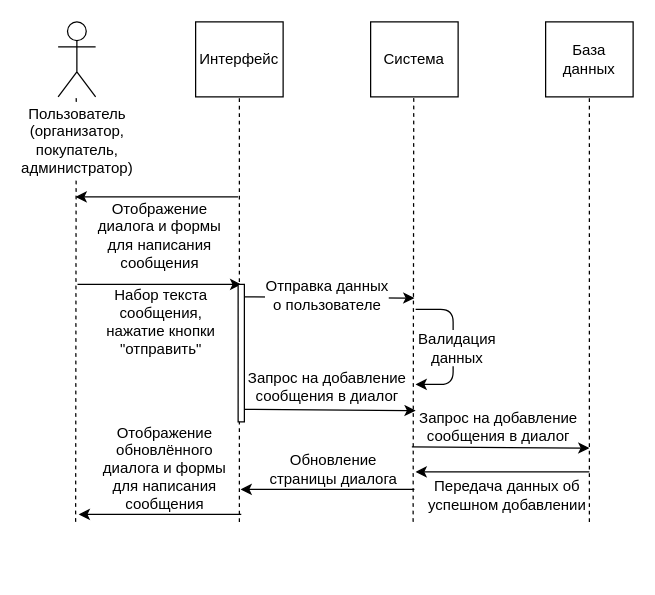
Before: Diagrams/Cases Diagrams/Send Message.drawio in Fake-Make/Au, a draw.io diagram. Source tidied: cells renumbered, new cells numbered last; positions are measured from the earlier drawing's top-left corner, leaving out a move shared by most shapes. Both pictures are drawn from the tidied source at 125%, with x=0, y=0 at pixel (58, 21).
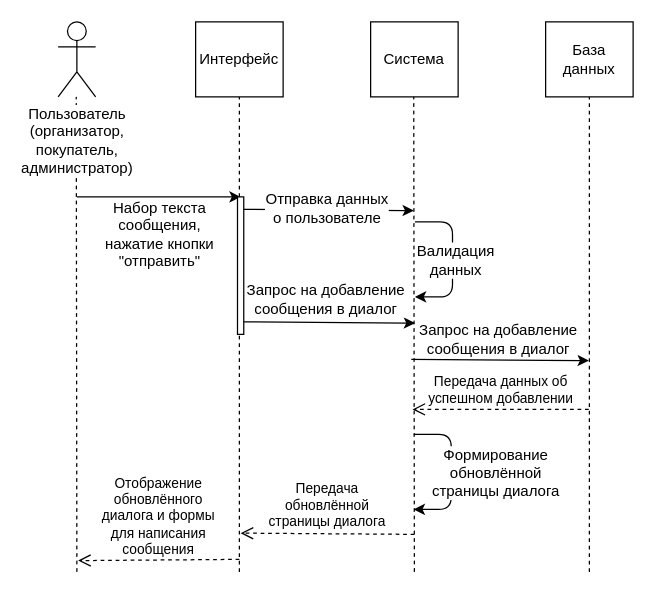
After the change.

Unchanged cells that the change refers to:
```xml
<mxCell id="4" value="База данных" style="rounded=0;whiteSpace=wrap;html=1;" parent="1" vertex="1">
  <mxGeometry x="390" width="70" height="60" as="geometry" />
</mxCell>
```

Change to the diagram source:
```diff
@@
     <mxCell id="5" style="endArrow=none;dashed=1;html=1;entryX=0.5;entryY=1;entryDx=0;entryDy=0;" parent="1" edge="1" target="4">
       <mxGeometry relative="1" as="geometry">
-        <mxPoint x="425" y="400" as="sourcePoint" />
+        <mxPoint x="425" y="440" as="sourcePoint" />
       </mxGeometry>
     </mxCell>
     <mxCell id="6" style="endArrow=none;dashed=1;html=1;entryX=0.5;entryY=1;entryDx=0;entryDy=0;" parent="1" edge="1">
       <mxGeometry relative="1" as="geometry">
-        <mxPoint x="284" y="400" as="sourcePoint" />
+        <mxPoint x="285" y="440" as="sourcePoint" />
         <mxPoint x="284.5" y="60" as="targetPoint" />
       </mxGeometry>
     </mxCell>
     <mxCell id="7" style="endArrow=none;dashed=1;html=1;entryX=0.5;entryY=1;entryDx=0;entryDy=0;" parent="1" edge="1">
       <mxGeometry relative="1" as="geometry">
-        <mxPoint x="145" y="400" as="sourcePoint" />
+        <mxPoint x="145" y="440" as="sourcePoint" />
         <mxPoint x="145" y="60" as="targetPoint" />
       </mxGeometry>
     </mxCell>
     <mxCell id="8" style="endArrow=none;dashed=1;html=1;entryX=0.5;entryY=1;entryDx=0;entryDy=0;" parent="1" edge="1">
       <mxGeometry relative="1" as="geometry">
-        <mxPoint x="14" y="400" as="sourcePoint" />
+        <mxPoint x="15" y="440" as="sourcePoint" />
         <mxPoint x="14.5" y="60" as="targetPoint" />
       </mxGeometry>
     </mxCell>
@@
     <mxCell id="10" style="endArrow=classic;html=1;" parent="1" edge="1">
       <mxGeometry relative="1" as="geometry">
-        <mxPoint x="15.5" y="210" as="sourcePoint" />
-        <mxPoint x="146.5" y="210" as="targetPoint" />
+        <mxPoint x="15" y="140" as="sourcePoint" />
+        <mxPoint x="146" y="140" as="targetPoint" />
       </mxGeometry>
     </mxCell>
@@
     <mxCell id="12" style="endArrow=classic;html=1;" parent="1" edge="1">
       <mxGeometry relative="1" as="geometry">
-        <mxPoint x="147" y="310" as="sourcePoint" />
-        <mxPoint x="286" y="311" as="targetPoint" />
+        <mxPoint x="146.5" y="240" as="sourcePoint" />
+        <mxPoint x="285.5" y="241" as="targetPoint" />
       </mxGeometry>
     </mxCell>
@@
     <mxCell id="14" style="endArrow=classic;html=1;" parent="1" edge="1">
       <mxGeometry relative="1" as="geometry">
-        <mxPoint x="283" y="340" as="sourcePoint" />
-        <mxPoint x="425" y="341" as="targetPoint" />
+        <mxPoint x="282.5" y="270" as="sourcePoint" />
+        <mxPoint x="424.5" y="271" as="targetPoint" />
       </mxGeometry>
     </mxCell>
@@
-    <mxCell id="16" style="endArrow=classic;html=1;" parent="1" edge="1">
-      <mxGeometry relative="1" as="geometry">
-        <mxPoint x="425" y="360" as="sourcePoint" />
-        <mxPoint x="286" y="360" as="targetPoint" />
-      </mxGeometry>
-    </mxCell>
-    <mxCell id="17" value="Передача данных&amp;nbsp;об&lt;br&gt;успешном добавлении&lt;br&gt;" style="text;html=1;align=center;verticalAlign=middle;labelBackgroundColor=#ffffff;" parent="16" vertex="1">
-      <mxGeometry x="-0.36" y="1" relative="1" as="geometry">
-        <mxPoint x="-23" y="17" as="offset" />
-      </mxGeometry>
-    </mxCell>
-    <mxCell id="18" style="endArrow=classic;html=1;" parent="1" edge="1">
-      <mxGeometry relative="1" as="geometry">
-        <mxPoint x="285" y="374" as="sourcePoint" />
-        <mxPoint x="146" y="374" as="targetPoint" />
-      </mxGeometry>
-    </mxCell>
-    <mxCell id="19" value="Обновление&lt;br&gt;страницы диалога&lt;br&gt;" style="text;html=1;align=center;verticalAlign=middle;labelBackgroundColor=#ffffff;fillColor=none;" parent="18" vertex="1">
-      <mxGeometry x="0.18" y="-2" relative="1" as="geometry">
-        <mxPoint x="16" y="-15" as="offset" />
-      </mxGeometry>
-    </mxCell>
-    <mxCell id="20" style="endArrow=classic;html=1;" parent="1" edge="1">
-      <mxGeometry relative="1" as="geometry">
-        <mxPoint x="146.5" y="394" as="sourcePoint" />
-        <mxPoint x="16.5" y="394" as="targetPoint" />
-      </mxGeometry>
-    </mxCell>
-    <mxCell id="21" value="Отображение&lt;br&gt;обновлённого&lt;br&gt;диалога&amp;nbsp;и формы&lt;br&gt;для написания&lt;br&gt;сообщения&lt;br&gt;" style="text;html=1;align=center;verticalAlign=middle;labelBackgroundColor=#ffffff;" parent="20" vertex="1">
-      <mxGeometry x="-0.12" relative="1" as="geometry">
-        <mxPoint x="-5.5" y="-38" as="offset" />
-      </mxGeometry>
-    </mxCell>
     <mxCell id="22" style="endArrow=classic;html=1;" parent="1" edge="1">
       <mxGeometry relative="1" as="geometry">
-        <mxPoint x="146" y="220" as="sourcePoint" />
-        <mxPoint x="285" y="221" as="targetPoint" />
+        <mxPoint x="145.5" y="150" as="sourcePoint" />
+        <mxPoint x="284.5" y="151" as="targetPoint" />
       </mxGeometry>
     </mxCell>
@@
     <mxCell id="24" style="endArrow=classic;html=1;" parent="1" edge="1">
       <mxGeometry relative="1" as="geometry">
-        <mxPoint x="286" y="230" as="sourcePoint" />
-        <mxPoint x="286" y="290" as="targetPoint" />
+        <mxPoint x="285.5" y="160" as="sourcePoint" />
+        <mxPoint x="285.5" y="220" as="targetPoint" />
         <Array as="points">
-          <mxPoint x="316" y="230" />
-          <mxPoint x="316" y="290" />
+          <mxPoint x="315.5" y="160" />
+          <mxPoint x="315.5" y="220" />
         </Array>
       </mxGeometry>
     </mxCell>
@@
     <mxCell id="26" style="rounded=0;whiteSpace=wrap;html=1;" parent="1" vertex="1">
-      <mxGeometry x="144" y="210" width="5" height="110" as="geometry" />
+      <mxGeometry x="143.5" y="140" width="5" height="110" as="geometry" />
     </mxCell>
-    <mxCell id="27" style="endArrow=classic;html=1;" parent="1" edge="1">
-      <mxGeometry relative="1" as="geometry">
-        <mxPoint x="144" y="140" as="sourcePoint" />
-        <mxPoint x="14" y="140" as="targetPoint" />
-      </mxGeometry>
-    </mxCell>
-    <mxCell id="28" value="Отображение&lt;br&gt;диалога&amp;nbsp;и формы&lt;br&gt;для написания&lt;br&gt;сообщения&lt;br&gt;" style="text;html=1;align=center;verticalAlign=middle;labelBackgroundColor=#ffffff;" parent="27" vertex="1">
-      <mxGeometry x="-0.12" relative="1" as="geometry">
-        <mxPoint x="-7" y="30" as="offset" />
-      </mxGeometry>
-    </mxCell>
+    <mxCell id="29" style="endArrow=classic;html=1;" parent="1" edge="1">
+      <mxGeometry relative="1" as="geometry">
+        <mxPoint x="284.5" y="330" as="sourcePoint" />
+        <mxPoint x="284.5" y="390" as="targetPoint" />
+        <Array as="points">
+          <mxPoint x="314.5" y="330" />
+          <mxPoint x="314.5" y="390" />
+        </Array>
+      </mxGeometry>
+    </mxCell>
+    <mxCell id="30" value="Формирование&lt;br&gt;обновлённой&lt;br&gt;страницы диалога&lt;br&gt;" style="text;html=1;align=center;verticalAlign=middle;labelBackgroundColor=#ffffff;" parent="29" vertex="1">
+      <mxGeometry x="0.08" relative="1" as="geometry">
+        <mxPoint x="35" y="-4.5" as="offset" />
+      </mxGeometry>
+    </mxCell>
+    <mxCell id="17" value="&lt;span&gt;Передача данных&amp;nbsp;об&lt;/span&gt;&lt;br&gt;&lt;span&gt;успешном добавлении&lt;/span&gt;" style="html=1;verticalAlign=bottom;endArrow=open;dashed=1;endSize=8;" parent="1" edge="1">
+      <mxGeometry relative="1" as="geometry">
+        <mxPoint x="424.5" y="310" as="sourcePoint" />
+        <mxPoint x="283.5" y="310" as="targetPoint" />
+      </mxGeometry>
+    </mxCell>
+    <mxCell id="31" value="Передача&lt;br&gt;обновлённой&lt;br&gt;страницы диалога&lt;br&gt;" style="html=1;verticalAlign=bottom;endArrow=open;dashed=1;endSize=8;" parent="1" edge="1">
+      <mxGeometry relative="1" as="geometry">
+        <mxPoint x="285" y="410" as="sourcePoint" />
+        <mxPoint x="146" y="409" as="targetPoint" />
+      </mxGeometry>
+    </mxCell>
+    <mxCell id="21" value="&lt;span&gt;Отображение&lt;/span&gt;&lt;br&gt;&lt;span&gt;обновлённого&lt;/span&gt;&lt;br&gt;&lt;span&gt;диалога&amp;nbsp;и формы&lt;/span&gt;&lt;br&gt;&lt;span&gt;для написания&lt;/span&gt;&lt;br&gt;&lt;span&gt;сообщения&lt;/span&gt;" style="html=1;verticalAlign=bottom;endArrow=open;dashed=1;endSize=8;" parent="1" edge="1">
+      <mxGeometry relative="1" as="geometry">
+        <mxPoint x="145" y="430" as="sourcePoint" />
+        <mxPoint x="16" y="431" as="targetPoint" />
+      </mxGeometry>
+    </mxCell>
```
